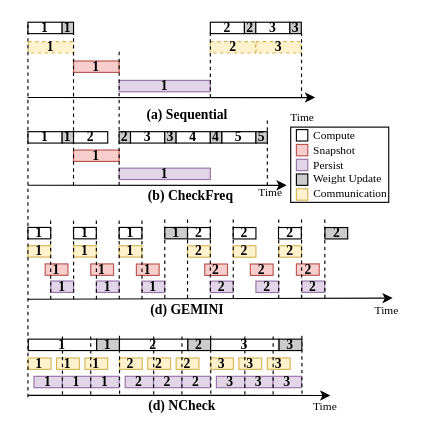
icszhr/NCheck keeps this draw.io diagram as fig/pipeline_mot_new.drawio. Above is the earlier version. Source tidied: cells renumbered, new cells numbered last; positions are measured from the earlier drawing's top-left corner, leaving out a move shared by most shapes. Both pictures are drawn from the tidied source at 114%, with x=0, y=0 at pixel (27, 22).
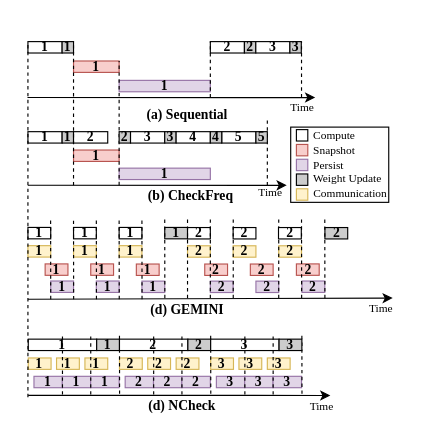
Above is the later version.

The edit, as a diff of the source:
```diff
@@
-    <mxCell id="2" value="3" style="whiteSpace=wrap;fillColor=#fff2cc;fontSize=12;fontFamily=Times New Roman;fontStyle=1;spacing=0;strokeColor=#d6b656;dashed=1;" parent="1" vertex="1">
-      <mxGeometry x="200" y="17" width="39.7" height="10" as="geometry" />
-    </mxCell>
-    <mxCell id="3" value="2" style="whiteSpace=wrap;fillColor=#fff2cc;fontSize=12;fontFamily=Times New Roman;fontStyle=1;spacing=0;strokeColor=#d6b656;dashed=1;" parent="1" vertex="1">
-      <mxGeometry x="160" y="17" width="39.7" height="10" as="geometry" />
-    </mxCell>
@@
     <mxCell id="7" value="1" style="whiteSpace=wrap;fontFamily=Times New Roman;fontSize=12;fontStyle=1;labelPosition=center;verticalLabelPosition=middle;align=center;verticalAlign=middle;spacing=0;" parent="1" vertex="1">
-      <mxGeometry width="30" height="10" as="geometry" />
+      <mxGeometry y="17" width="30" height="10" as="geometry" />
     </mxCell>
@@
     <mxCell id="18" value="1" style="whiteSpace=wrap;fontFamily=Times New Roman;fontSize=12;fontStyle=1;labelPosition=center;verticalLabelPosition=middle;align=center;verticalAlign=middle;spacing=0;fillColor=#CCCCCC;" parent="1" vertex="1">
-      <mxGeometry x="30" width="10" height="10" as="geometry" />
+      <mxGeometry x="30" y="17" width="10" height="10" as="geometry" />
     </mxCell>
@@
     <mxCell id="30" value="&lt;p style=&quot;line-height: 100%;&quot;&gt;&lt;font style=&quot;font-size: 10px;&quot;&gt;Time&lt;/font&gt;&lt;/p&gt;" style="text;html=1;align=center;verticalAlign=middle;whiteSpace=wrap;rounded=0;fontFamily=Times New Roman;" parent="1" vertex="1">
-      <mxGeometry x="290" y="247" width="50" height="10" as="geometry" />
+      <mxGeometry x="285" y="246" width="50" height="10" as="geometry" />
     </mxCell>
@@
     <mxCell id="37" value="&lt;p style=&quot;line-height: 100%;&quot;&gt;&lt;font style=&quot;font-size: 10px;&quot;&gt;Time&lt;/font&gt;&lt;/p&gt;" style="text;html=1;align=center;verticalAlign=middle;whiteSpace=wrap;rounded=0;fontFamily=Times New Roman;" parent="1" vertex="1">
-      <mxGeometry x="215.5" y="78" width="50" height="10" as="geometry" />
+      <mxGeometry x="215.5" y="69" width="50" height="10" as="geometry" />
     </mxCell>
     <mxCell id="38" style="endArrow=none;html=1;rounded=0;dashed=1;" parent="1" edge="1">
       <mxGeometry relative="1" as="geometry">
         <mxPoint x="80" y="143" as="sourcePoint" />
-        <mxPoint x="80" y="25" as="targetPoint" />
+        <mxPoint x="80" y="34" as="targetPoint" />
       </mxGeometry>
     </mxCell>
@@
     <mxCell id="49" value="2" style="whiteSpace=wrap;fontFamily=Times New Roman;fontSize=12;fontStyle=1;labelPosition=center;verticalLabelPosition=middle;align=center;verticalAlign=middle;spacing=0;" parent="1" vertex="1">
-      <mxGeometry x="160" width="29.9" height="10" as="geometry" />
+      <mxGeometry x="160" y="17" width="29.9" height="10" as="geometry" />
     </mxCell>
     <mxCell id="50" value="2" style="whiteSpace=wrap;fontFamily=Times New Roman;fontSize=12;fontStyle=1;labelPosition=center;verticalLabelPosition=middle;align=center;verticalAlign=middle;spacing=0;fillColor=#CCCCCC;" parent="1" vertex="1">
-      <mxGeometry x="189.9" width="10" height="10" as="geometry" />
+      <mxGeometry x="189.9" y="17" width="10" height="10" as="geometry" />
     </mxCell>
     <mxCell id="51" value="3" style="whiteSpace=wrap;fontFamily=Times New Roman;fontSize=12;fontStyle=1;labelPosition=center;verticalLabelPosition=middle;align=center;verticalAlign=middle;spacing=0;" parent="1" vertex="1">
-      <mxGeometry x="199.9" width="29.9" height="10" as="geometry" />
+      <mxGeometry x="199.9" y="17" width="29.9" height="10" as="geometry" />
     </mxCell>
     <mxCell id="52" value="3" style="whiteSpace=wrap;fontFamily=Times New Roman;fontSize=12;fontStyle=1;labelPosition=center;verticalLabelPosition=middle;align=center;verticalAlign=middle;spacing=0;fillColor=#CCCCCC;" parent="1" vertex="1">
-      <mxGeometry x="229.8" width="10" height="10" as="geometry" />
+      <mxGeometry x="229.8" y="17" width="10" height="10" as="geometry" />
     </mxCell>
     <mxCell id="53" style="endArrow=none;html=1;rounded=0;dashed=1;" parent="1" edge="1">
       <mxGeometry relative="1" as="geometry">
         <mxPoint x="240" y="66" as="sourcePoint" />
-        <mxPoint x="240" y="8" as="targetPoint" />
+        <mxPoint x="240" y="17" as="targetPoint" />
       </mxGeometry>
     </mxCell>
     <mxCell id="54" style="endArrow=none;html=1;rounded=0;dashed=1;" parent="1" edge="1">
       <mxGeometry relative="1" as="geometry">
         <mxPoint x="160" y="66" as="sourcePoint" />
-        <mxPoint x="160" y="8" as="targetPoint" />
+        <mxPoint x="160" y="17" as="targetPoint" />
       </mxGeometry>
     </mxCell>
@@
     <mxCell id="93" value="&lt;p style=&quot;line-height: 100%;&quot;&gt;&lt;font style=&quot;font-size: 10px;&quot;&gt;Time&lt;/font&gt;&lt;/p&gt;" style="text;html=1;align=center;verticalAlign=middle;whiteSpace=wrap;rounded=0;fontFamily=Times New Roman;" parent="1" vertex="1">
-      <mxGeometry x="235.5" y="332.3" width="50" height="10" as="geometry" />
+      <mxGeometry x="232.5" y="332.3" width="50" height="10" as="geometry" />
     </mxCell>
@@
-    <mxCell id="122" value="1" style="whiteSpace=wrap;fillColor=#fff2cc;fontSize=12;fontFamily=Times New Roman;fontStyle=1;spacing=0;strokeColor=#d6b656;dashed=1;" parent="1" vertex="1">
-      <mxGeometry x="0.3" y="17" width="39.7" height="10" as="geometry" />
-    </mxCell>
     <mxCell id="123" style="endArrow=none;html=1;rounded=0;dashed=1;" parent="1" edge="1">
       <mxGeometry relative="1" as="geometry">
         <mxPoint y="329" as="sourcePoint" />
-        <mxPoint y="1" as="targetPoint" />
+        <mxPoint y="17" as="targetPoint" />
       </mxGeometry>
     </mxCell>
     <mxCell id="124" style="endArrow=none;html=1;rounded=0;dashed=1;" parent="1" edge="1">
       <mxGeometry relative="1" as="geometry">
         <mxPoint x="40" y="143.1" as="sourcePoint" />
-        <mxPoint x="40" y="10" as="targetPoint" />
+        <mxPoint x="40" y="17" as="targetPoint" />
       </mxGeometry>
     </mxCell>
```
